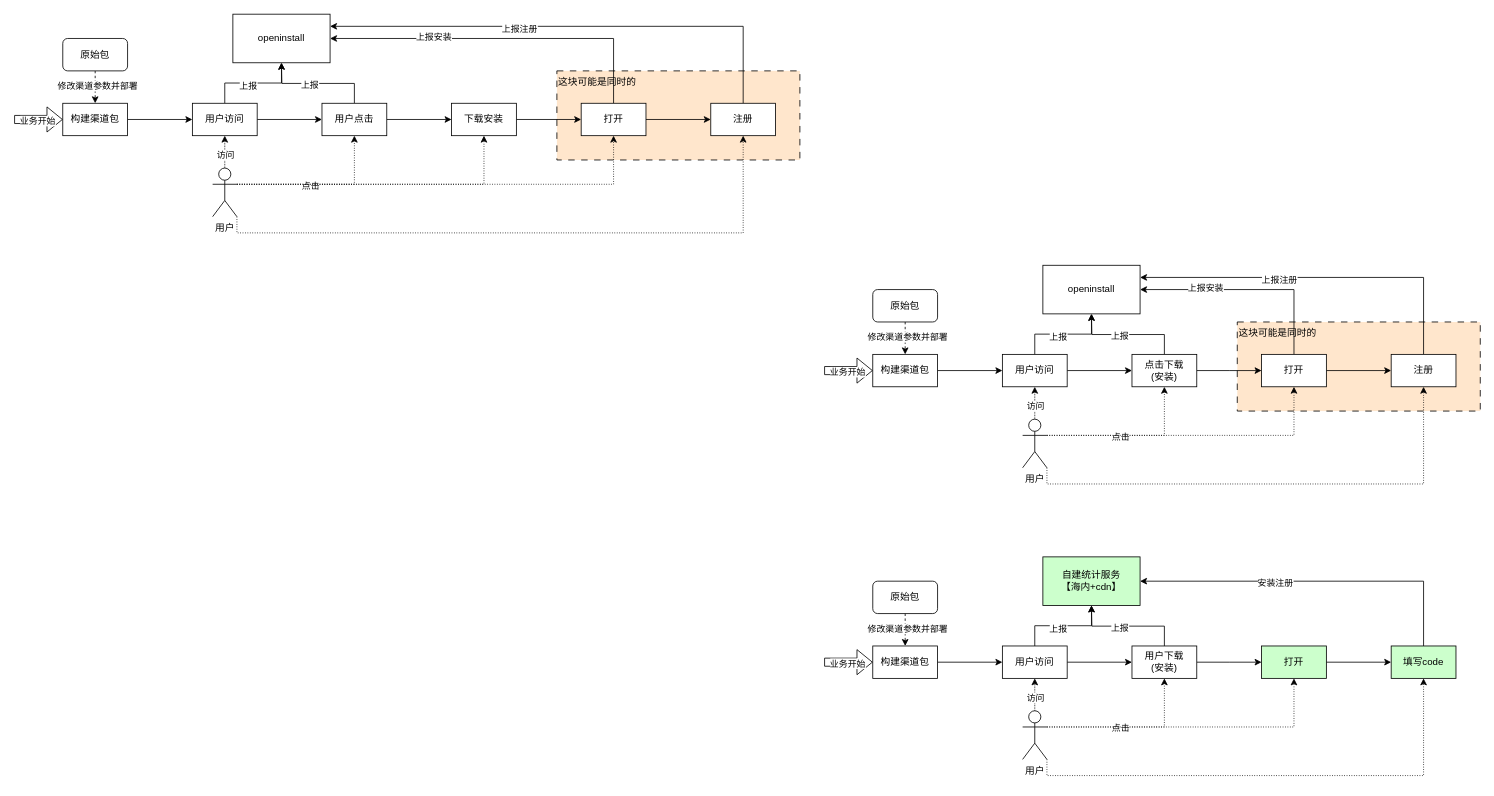
The draw.io diagram design/落地页+统计方案设计.drawio in ruiku-tech/game-box, before the edit. Source tidied: cells renumbered, new cells numbered last; positions are measured from the earlier drawing's top-left corner, leaving out a move shared by most shapes. Both pictures are drawn from the tidied source at 81%, with x=0, y=0 at pixel (14, 14).
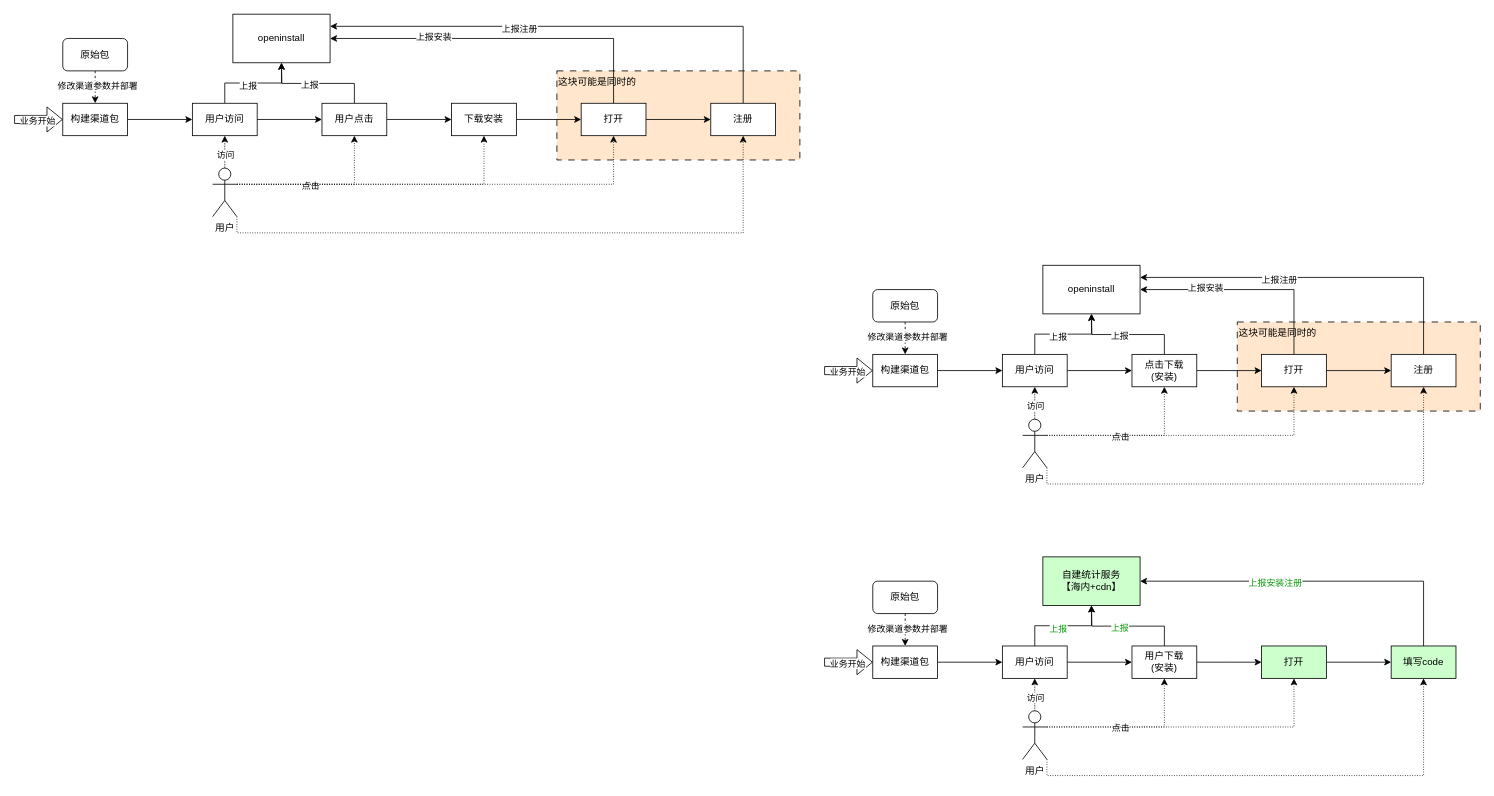
The same diagram, later.

Commit message (it also covers changes not shown here):
更新落地页+统计方案设计.drawio

Unchanged cells that the change refers to:
```xml
<mxCell id="77" style="edgeStyle=orthogonalEdgeStyle;rounded=0;jettySize=auto;html=1;exitX=0.5;exitY=0;exitDx=0;exitDy=0;entryX=0.5;entryY=1;entryDx=0;entryDy=0;" parent="1" edge="1" source="79" target="68">
  <mxGeometry relative="1" as="geometry" />
</mxCell>
<mxCell id="87" style="edgeStyle=orthogonalEdgeStyle;rounded=0;jettySize=auto;html=1;exitX=0.5;exitY=0;exitDx=0;exitDy=0;" parent="1" edge="1" source="90">
  <mxGeometry relative="1" as="geometry">
    <mxPoint x="1330" y="730" as="targetPoint" />
  </mxGeometry>
</mxCell>
<mxCell id="93" style="edgeStyle=orthogonalEdgeStyle;rounded=0;jettySize=auto;html=1;exitX=0.5;exitY=0;exitDx=0;exitDy=0;entryX=1;entryY=0.5;entryDx=0;entryDy=0;" parent="1" edge="1" source="95" target="68">
  <mxGeometry relative="1" as="geometry" />
</mxCell>
```

Diff of the diagram source:
```diff
@@
-    <mxCell id="78" value="上报" style="edgeLabel;html=1;align=center;verticalAlign=middle;" parent="77" vertex="1">
+    <mxCell id="78" value="上报" style="edgeLabel;html=1;align=center;verticalAlign=middle;fontColor=#009900;" parent="77" vertex="1">
       <mxGeometry x="-0.12" y="-3" relative="1" as="geometry" />
     </mxCell>
@@
-    <mxCell id="88" value="上报" style="edgeLabel;html=1;align=center;verticalAlign=middle;" parent="87" vertex="1">
+    <mxCell id="88" value="上报" style="edgeLabel;html=1;align=center;verticalAlign=middle;fontColor=#009900;" parent="87" vertex="1">
       <mxGeometry x="0.14" y="2" relative="1" as="geometry" />
     </mxCell>
@@
-    <mxCell id="94" value="安装注册" style="edgeLabel;html=1;align=center;verticalAlign=middle;" parent="93" vertex="1">
+    <mxCell id="94" value="上报安装注册" style="edgeLabel;html=1;align=center;verticalAlign=middle;fontColor=#009900;" parent="93" vertex="1">
       <mxGeometry x="0.23" y="2" relative="1" as="geometry" />
     </mxCell>
```
